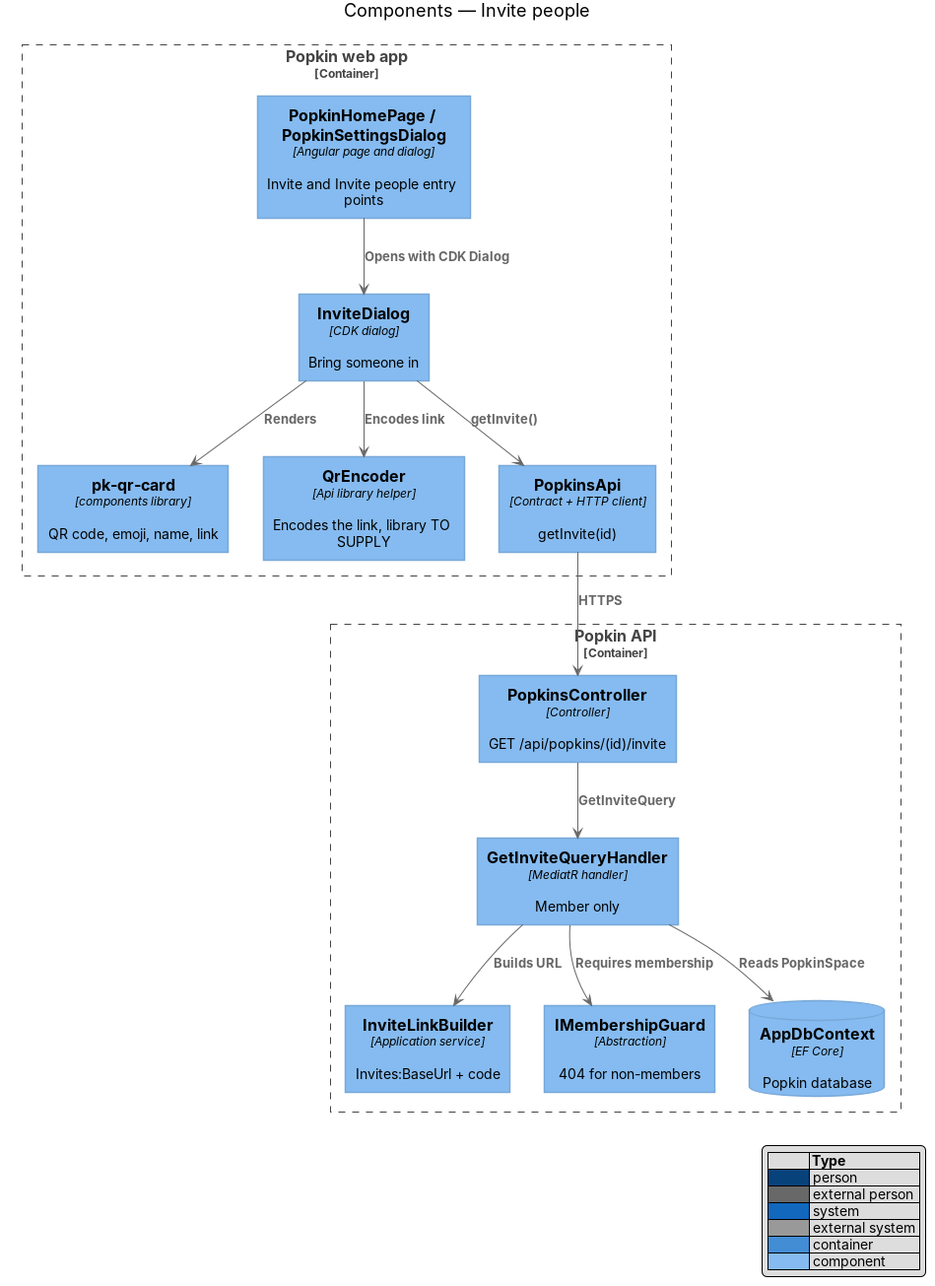
The PlantUML diagram docs/detailed-designs/invitations/invite-people/diagrams/c4-component.png in QuinntyneBrown/popkin, before a commit. Its source is kept beside it as docs/detailed-designs/invitations/invite-people/diagrams/c4-component.puml.
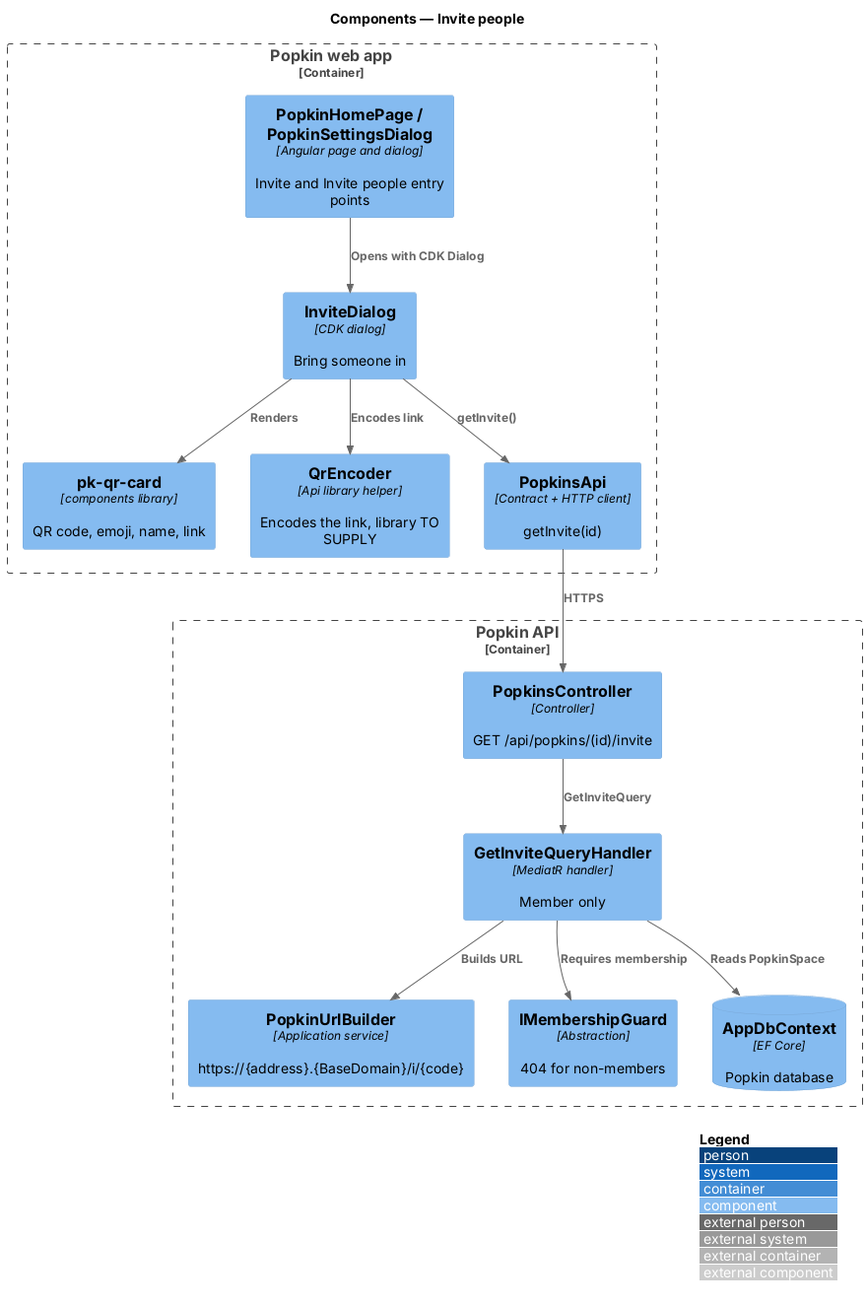
After the commit.

Change to the diagram source:
```diff
@@ -13,7 +13,7 @@
 Container_Boundary(api, "Popkin API") {
   Component(ctrl, "PopkinsController", "Controller", "GET /api/popkins/(id)/invite")
   Component(handler, "GetInviteQueryHandler", "MediatR handler", "Member only")
-  Component(link, "InviteLinkBuilder", "Application service", "Invites:BaseUrl + code")
+  Component(link, "PopkinUrlBuilder", "Application service", "https://{address}.{BaseDomain}/i/{code}")
   Component(guard, "IMembershipGuard", "Abstraction", "404 for non-members")
   ComponentDb(db, "AppDbContext", "EF Core", "Popkin database")
 }
```
